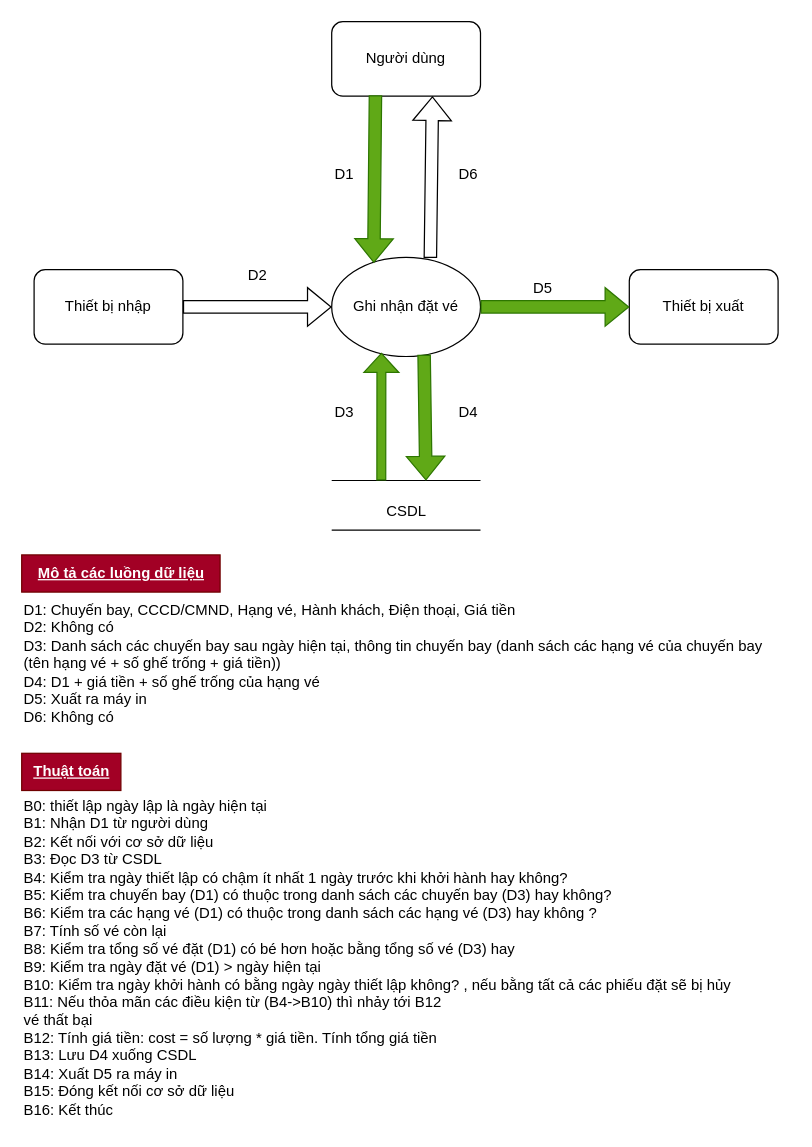
Above: DFD/DFD_Drawio/yc3_luu_tru.drawio in phat9824/Flight_ticket_manegement (draw.io), before the change. Source tidied: cells renumbered, new cells numbered last; positions are measured from the earlier drawing's top-left corner, leaving out a move shared by most shapes. Both pictures are drawn from the tidied source at 124%, with x=0, y=0 at pixel (21, 21).
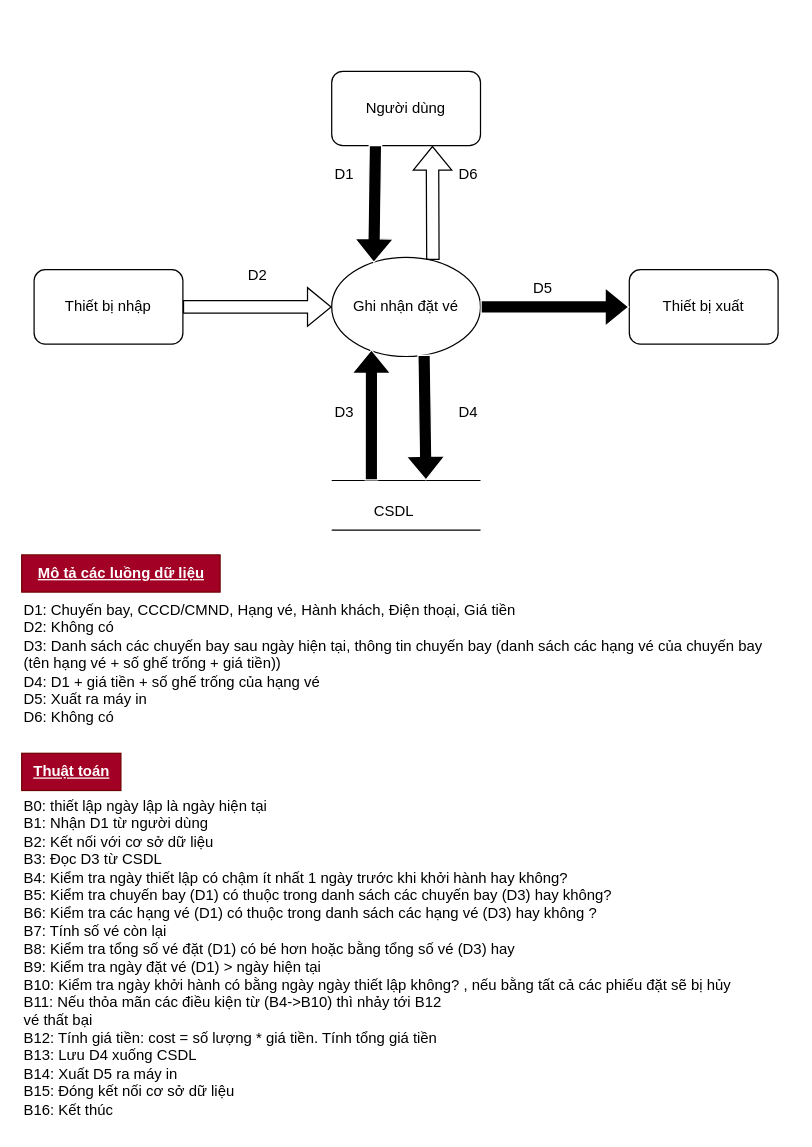
The same diagram, later.

The change refers to these unchanged cells:
```xml
<mxCell id="2" value="Ghi nhận đặt vé" style="ellipse;whiteSpace=wrap;html=1;" parent="1" vertex="1">
  <mxGeometry x="250" y="190" width="120" height="80" as="geometry" />
</mxCell>
<mxCell id="5" value="Thiết bị xuất" style="rounded=1;whiteSpace=wrap;html=1;" parent="1" vertex="1">
  <mxGeometry x="490" y="200" width="120" height="60" as="geometry" />
</mxCell>
```

The edit, as a diff of the source:
```diff
@@
     <mxCell id="3" value="Người dùng" style="rounded=1;whiteSpace=wrap;html=1;" parent="1" vertex="1">
-      <mxGeometry x="250" width="120" height="60" as="geometry" />
+      <mxGeometry x="250" y="40" width="120" height="60" as="geometry" />
     </mxCell>
@@
-    <mxCell id="6" style="shape=flexArrow;endArrow=classic;html=1;rounded=0;exitX=0.294;exitY=0.989;exitDx=0;exitDy=0;entryX=0.283;entryY=0.057;entryDx=0;entryDy=0;entryPerimeter=0;exitPerimeter=0;fillColor=#60a917;strokeColor=#2D7600;" parent="1" edge="1" source="3" target="2">
+    <mxCell id="6" style="shape=flexArrow;endArrow=classic;html=1;rounded=0;exitX=0.294;exitY=0.989;exitDx=0;exitDy=0;entryX=0.283;entryY=0.057;entryDx=0;entryDy=0;entryPerimeter=0;exitPerimeter=0;fillColor=#000000;strokeColor=#FFFFFF;" parent="1" edge="1" source="3" target="2">
       <mxGeometry relative="1" as="geometry" />
     </mxCell>
-    <mxCell id="7" style="shape=flexArrow;endArrow=classic;html=1;rounded=0;entryX=0;entryY=0.5;entryDx=0;entryDy=0;exitX=1;exitY=0.5;exitDx=0;exitDy=0;fillColor=#60a917;strokeColor=#2D7600;" parent="1" edge="1" source="2" target="5">
+    <mxCell id="7" style="shape=flexArrow;endArrow=classic;html=1;rounded=0;entryX=0;entryY=0.5;entryDx=0;entryDy=0;exitX=1;exitY=0.5;exitDx=0;exitDy=0;fillColor=#000000;strokeColor=#FFFFFF;" parent="1" edge="1" source="2" target="5">
       <mxGeometry relative="1" as="geometry" />
     </mxCell>
@@
-    <mxCell id="11" style="shape=flexArrow;endArrow=classic;html=1;rounded=0;width=7.142857142857142;endSize=4.771428571428571;entryX=0.334;entryY=0.963;entryDx=0;entryDy=0;entryPerimeter=0;fillColor=#60a917;strokeColor=#2D7600;" parent="1" edge="1" target="2">
-      <mxGeometry relative="1" as="geometry">
-        <mxPoint x="290" y="370" as="sourcePoint" />
-      </mxGeometry>
-    </mxCell>
-    <mxCell id="12" style="shape=flexArrow;endArrow=classic;html=1;rounded=0;exitX=0.621;exitY=0.981;exitDx=0;exitDy=0;exitPerimeter=0;fillColor=#60a917;strokeColor=#2D7600;" parent="1" edge="1" source="2">
+    <mxCell id="12" style="shape=flexArrow;endArrow=classic;html=1;rounded=0;exitX=0.621;exitY=0.981;exitDx=0;exitDy=0;exitPerimeter=0;fillColor=#000000;strokeColor=#FFFFFF;" parent="1" edge="1" source="2">
       <mxGeometry relative="1" as="geometry">
         <mxPoint x="326" y="370" as="targetPoint" />
       </mxGeometry>
     </mxCell>
@@
     <mxCell id="19" value="CSDL" style="text;html=1;align=center;verticalAlign=middle;strokeColor=none;fillColor=none;" parent="1" vertex="1">
-      <mxGeometry x="280" y="380" width="60" height="30" as="geometry" />
+      <mxGeometry x="270" y="380" width="60" height="30" as="geometry" />
     </mxCell>
@@
-    <mxCell id="24" style="shape=flexArrow;endArrow=classic;html=1;rounded=0;entryX=0.677;entryY=1.003;entryDx=0;entryDy=0;entryPerimeter=0;exitX=0.663;exitY=0.007;exitDx=0;exitDy=0;exitPerimeter=0;" parent="1" edge="1" source="2" target="3">
+    <mxCell id="24" style="shape=flexArrow;endArrow=classic;html=1;rounded=0;entryX=0.677;entryY=1.003;entryDx=0;entryDy=0;entryPerimeter=0;exitX=0.68;exitY=0.027;exitDx=0;exitDy=0;exitPerimeter=0;" parent="1" edge="1" source="2" target="3">
       <mxGeometry relative="1" as="geometry" />
     </mxCell>
+    <mxCell id="25" style="shape=flexArrow;endArrow=classic;html=1;rounded=0;fillColor=#000000;strokeColor=#FFFFFF;entryX=0.267;entryY=0.927;entryDx=0;entryDy=0;entryPerimeter=0;" parent="1" edge="1" target="2">
+      <mxGeometry relative="1" as="geometry">
+        <mxPoint x="282" y="370" as="sourcePoint" />
+      </mxGeometry>
+    </mxCell>
```
